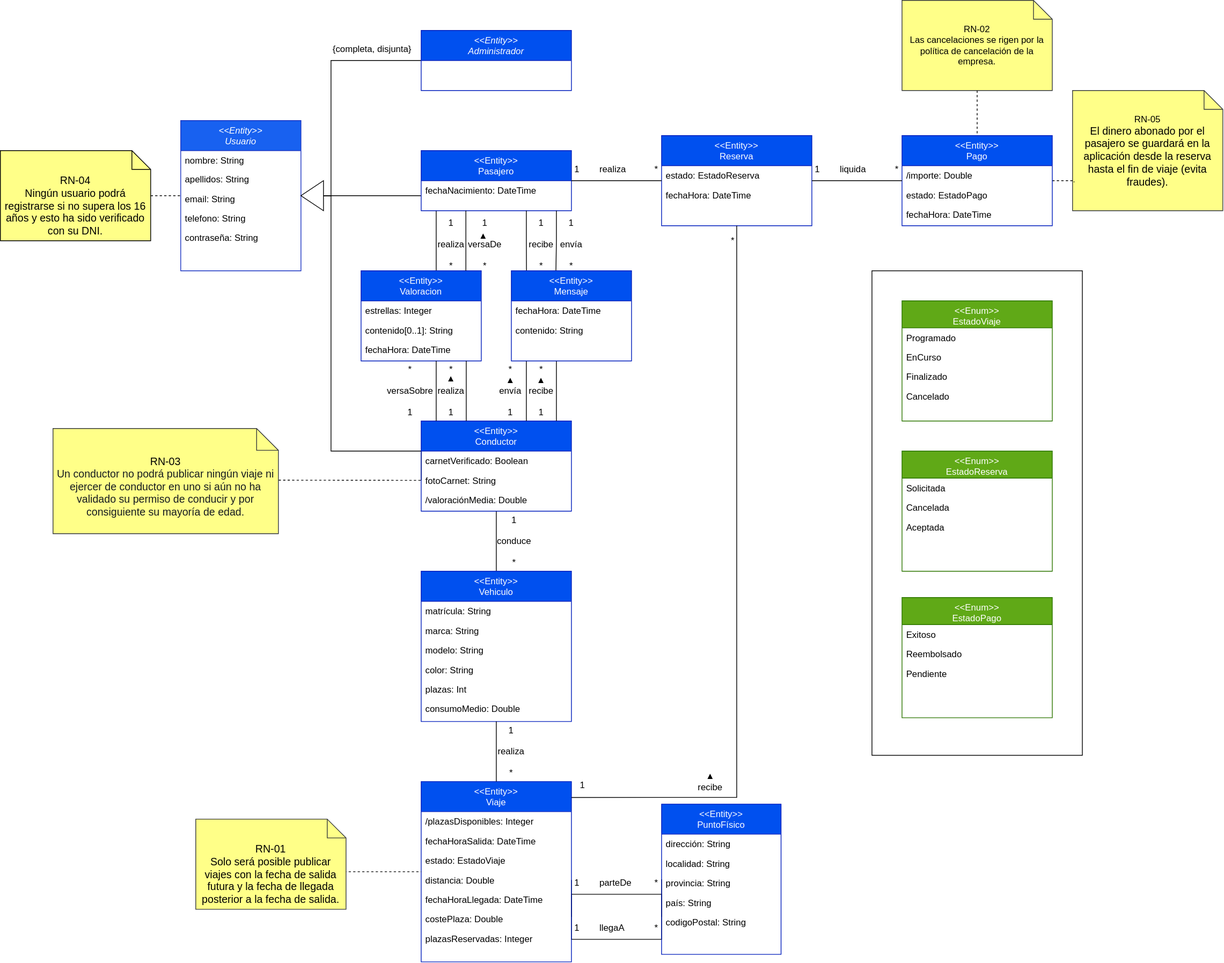
The draw.io diagram img/DClase_f.drawio.svg in Carla-SG/proyecto-curso-iissi1-2026-JQP9166, before a commit. Source tidied: cells renumbered, new cells last; positions are measured from the earlier drawing's top-left corner, leaving out a move shared by most shapes.
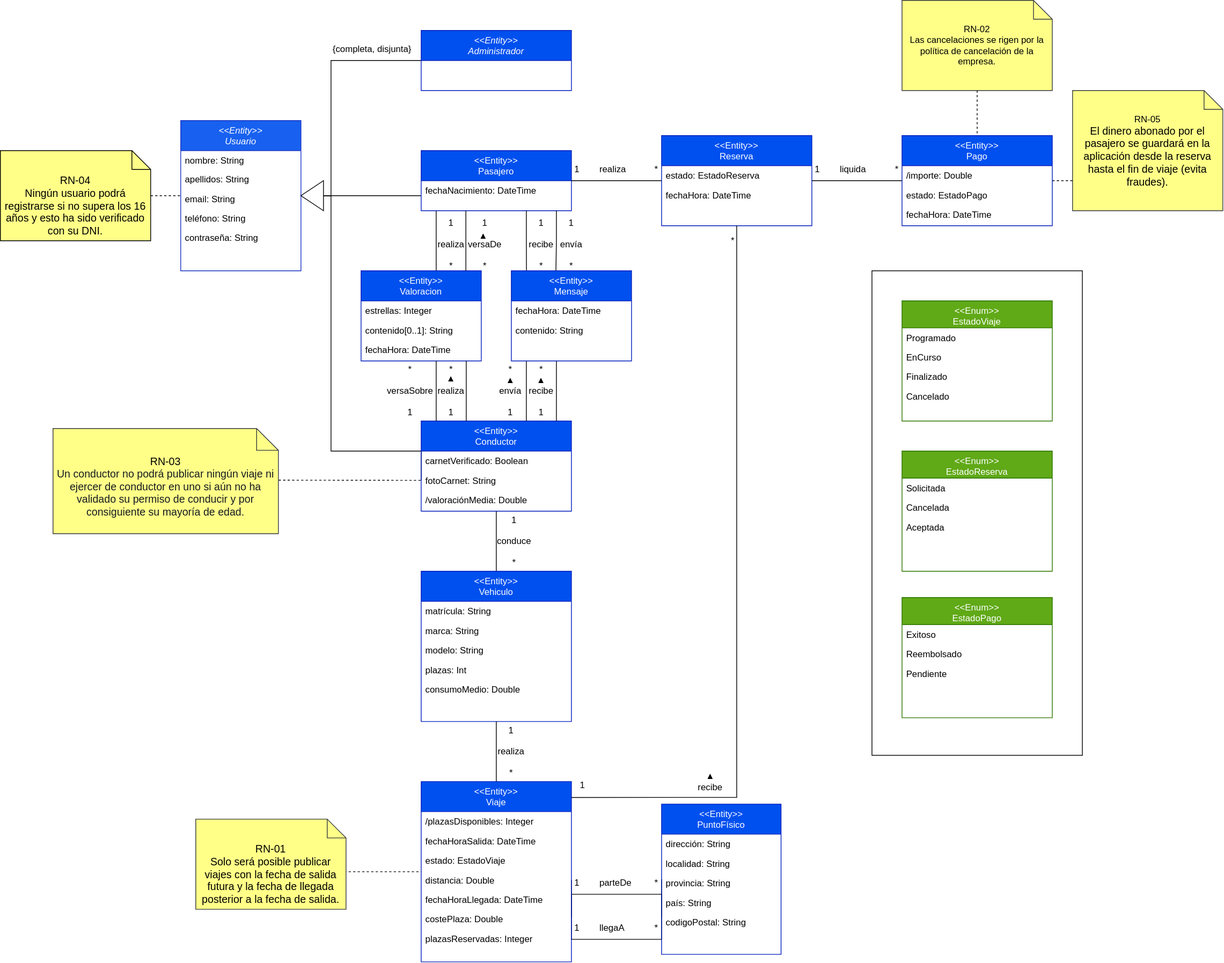
Later version of the same file.

Commit message:
diagramas y escenario

The edit, as a diff of the source:
```diff
@@ -33,7 +33,7 @@
     <mxCell id="8" value="email: String" style="text;align=left;verticalAlign=top;spacingLeft=4;spacingRight=4;overflow=hidden;rounded=0;shadow=0;html=0;" parent="5" vertex="1">
       <mxGeometry y="91" width="160" height="26" as="geometry" />
     </mxCell>
-    <mxCell id="9" value="telefono: String" style="text;align=left;verticalAlign=top;spacingLeft=4;spacingRight=4;overflow=hidden;" parent="5" vertex="1">
+    <mxCell id="9" value="teléfono: String" style="text;align=left;verticalAlign=top;spacingLeft=4;spacingRight=4;overflow=hidden;" parent="5" vertex="1">
       <mxGeometry y="117" width="160" height="26" as="geometry" />
     </mxCell>
     <mxCell id="10" value="contraseña: String" style="text;align=left;verticalAlign=top;spacingLeft=4;spacingRight=4;overflow=hidden;" parent="5" vertex="1">
@@ -80,14 +80,11 @@
     <mxCell id="23" value="modelo: String" style="text;align=left;verticalAlign=top;spacingLeft=4;spacingRight=4;overflow=hidden;rounded=0;shadow=0;html=0;" parent="20" vertex="1">
       <mxGeometry y="92" width="200" height="26" as="geometry" />
     </mxCell>
-    <mxCell id="24" value="color: String" style="text;align=left;verticalAlign=top;spacingLeft=4;spacingRight=4;overflow=hidden;rounded=0;shadow=0;html=0;" parent="20" vertex="1">
-      <mxGeometry y="118" width="200" height="26" as="geometry" />
-    </mxCell>
     <mxCell id="25" value="plazas: Int" style="text;align=left;verticalAlign=top;spacingLeft=4;spacingRight=4;overflow=hidden;" parent="20" vertex="1">
-      <mxGeometry y="144" width="200" height="26" as="geometry" />
+      <mxGeometry y="118" width="200" height="26" as="geometry" />
     </mxCell>
     <mxCell id="26" value="consumoMedio: Double" style="text;align=left;verticalAlign=top;spacingLeft=4;spacingRight=4;overflow=hidden;rounded=0;shadow=0;html=0;" parent="20" vertex="1">
-      <mxGeometry y="170" width="200" height="26" as="geometry" />
+      <mxGeometry y="144" width="200" height="26" as="geometry" />
     </mxCell>
     <mxCell id="27" value="&lt;&lt;Enum&gt;&gt;&#10;EstadoPago" style="swimlane;fontStyle=0;align=center;verticalAlign=top;horizontal=1;startSize=36;rounded=0;shadow=0;strokeWidth=1;fillColor=#60a917;fontColor=#ffffff;strokeColor=#2D7600;" parent="1" vertex="1">
       <mxGeometry x="1200" y="795" width="200" height="160" as="geometry" />
```
